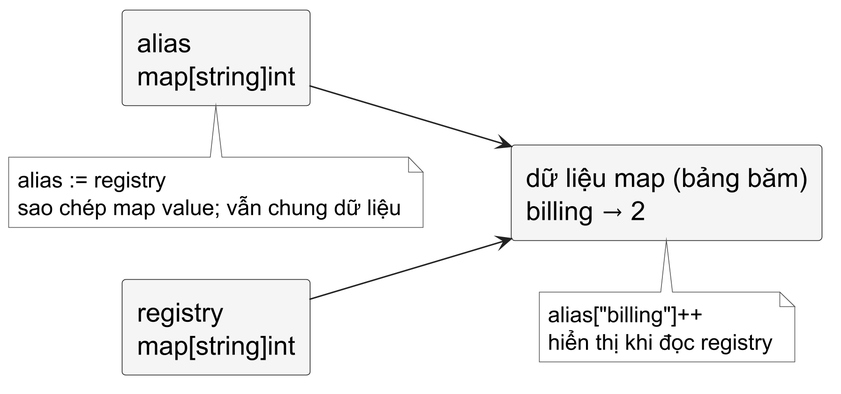
Before: assets/diagrams/map-sharing.png, a diagram exported from PlantUML (Minhlike/Golang).
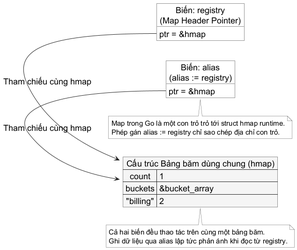
After the change.

Diff of the diagram source:
```diff
@@ -1,30 +1,52 @@
 @startuml
-skinparamlocked dpi 300
 skinparam backgroundColor white
 skinparam shadowing false
 skinparam defaultFontName "Source Sans 3"
 skinparam defaultFontSize 18
 skinparam defaultFontColor #000000
-skinparam rectangle {
+skinparam arrowColor #222222
+skinparam map {
   BackgroundColor #F5F5F5
   BorderColor #222222
   FontColor #000000
-  RoundCorner 5
 }
-skinparam arrowColor #222222
+skinparam object {
+  BackgroundColor #FFFFFF
+  BorderColor #222222
+  FontColor #000000
+}
 skinparam note {
   BackgroundColor #FFFFFF
   BorderColor #555555
   FontColor #000000
-  FontName "Source Sans 3"
   FontSize 15
 }
 left to right direction
-rectangle "registry\nmap[string]int" as registry
-rectangle "alias\nmap[string]int" as alias
-rectangle "dữ liệu map (bảng băm)\nbilling → 2" as data
-registry --> data
-alias --> data
-note bottom of alias : alias := registry\nsao chép map value; vẫn chung dữ liệu
-note bottom of data : alias["billing"]++\nhiển thị khi đọc registry
+
+object "Biến: registry\n(Map Header Pointer)" as registry {
+  ptr = &hmap
+}
+
+object "Biến: alias\n(alias := registry)" as alias {
+  ptr = &hmap
+}
+
+map "Cấu trúc Bảng băm dùng chung (hmap)" as hmap {
+  count => 1
+  buckets => &bucket_array
+  "billing" => 2
+}
+
+registry::ptr -right-> hmap : Tham chiếu cùng hmap
+alias::ptr -right-> hmap : Tham chiếu cùng hmap
+
+note bottom of alias
+  Map trong Go là một con trỏ trỏ tới struct hmap runtime.
+  Phép gán alias := registry chỉ sao chép địa chỉ con trỏ.
+end note
+
+note bottom of hmap
+  Cả hai biến đều thao tác trên cùng một bảng băm.
+  Ghi dữ liệu qua alias lập tức phản ánh khi đọc từ registry.
+end note
 @enduml
```
